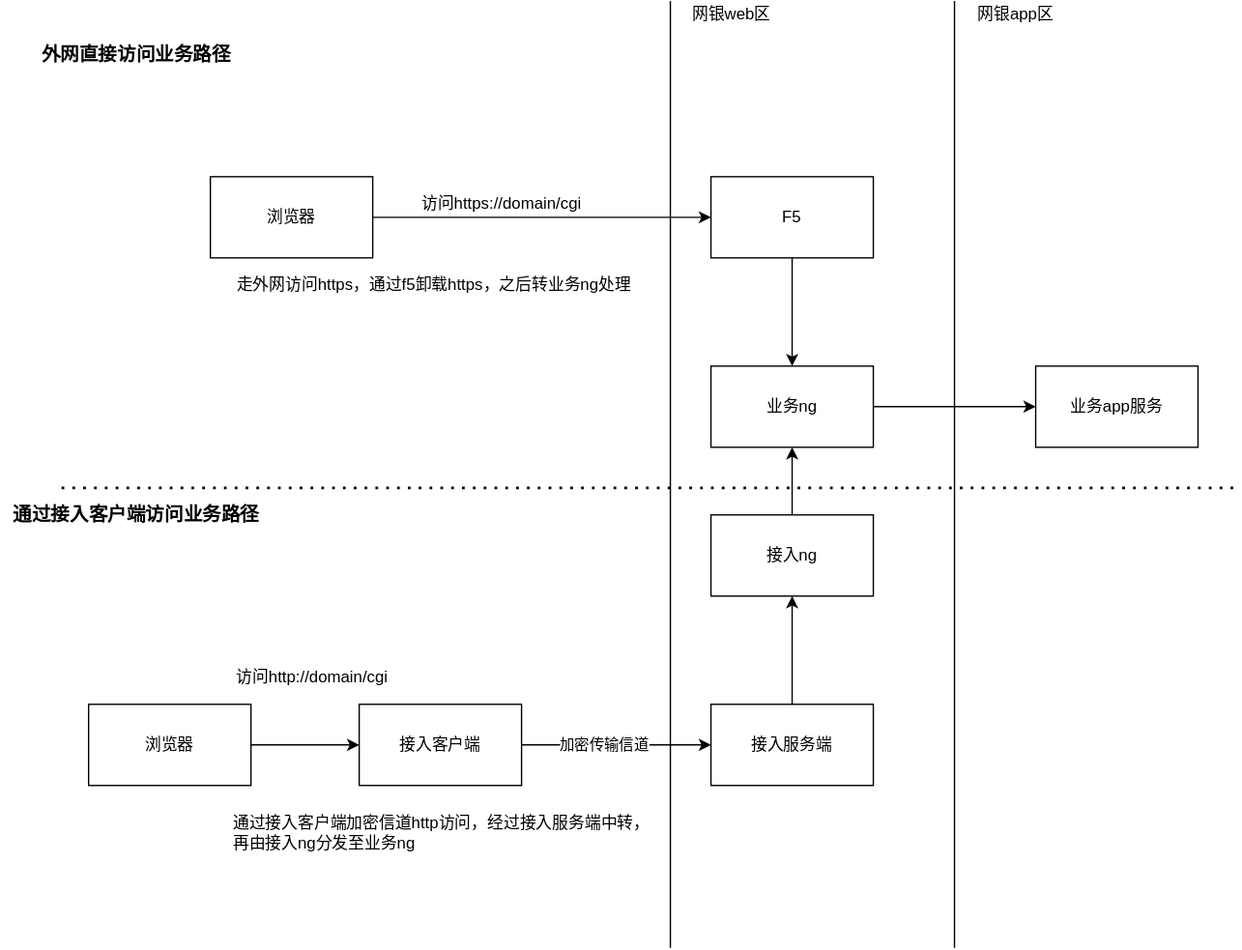
Earlier version of the draw.io export tc_业务直接域名访问路径.svg (c17abab/diag_pics). Source tidied: cells renumbered, new cells last; positions are measured from the earlier drawing's top-left corner, leaving out a move shared by most shapes.
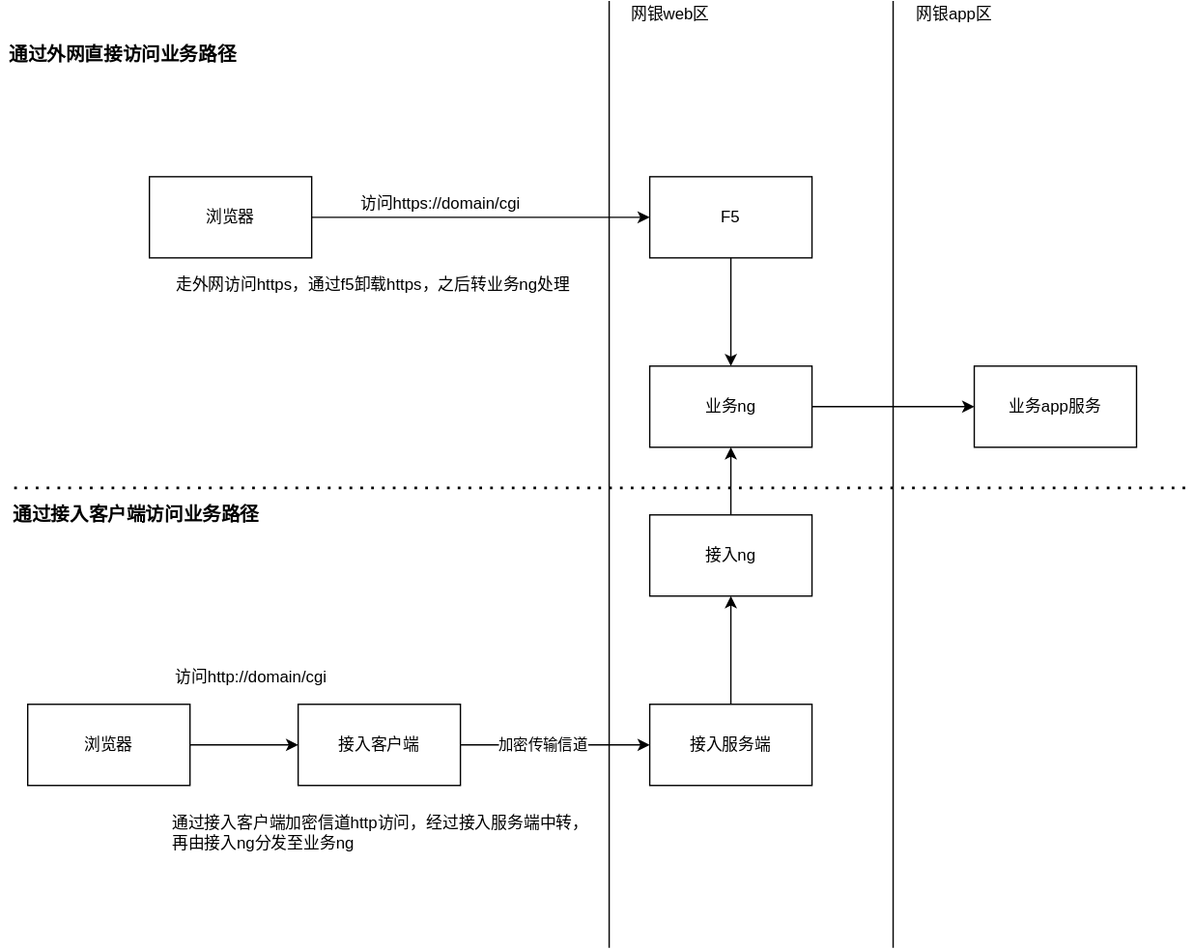
Above is the later version.

Commit message:
更新tc_业务直接域名访问路径.svg

Diff of the diagram source:
```diff
@@ -82,15 +82,15 @@
     </mxCell>
     <mxCell id="26" style="endArrow=none;dashed=1;html=1;dashPattern=1 3;strokeWidth=2;" parent="1" edge="1">
       <mxGeometry relative="1" as="geometry">
-        <mxPoint x="45" y="360" as="sourcePoint" />
-        <mxPoint x="915" y="360" as="targetPoint" />
+        <mxPoint x="55" y="360" as="sourcePoint" />
+        <mxPoint x="925" y="360" as="targetPoint" />
       </mxGeometry>
     </mxCell>
-    <mxCell id="27" value="外网直接访问业务路径" style="text;html=1;align=center;verticalAlign=middle;fillColor=none;strokeColor=none;rounded=0;fontStyle=1;fontSize=14;" parent="1" vertex="1">
-      <mxGeometry x="20" y="30" width="160" height="20" as="geometry" />
+    <mxCell id="27" value="通过外网直接访问业务路径" style="text;html=1;align=center;verticalAlign=middle;fillColor=none;strokeColor=none;rounded=0;fontStyle=1;fontSize=14;" parent="1" vertex="1">
+      <mxGeometry x="45" y="30" width="180" height="20" as="geometry" />
     </mxCell>
     <mxCell id="28" value="通过接入客户端访问业务路径" style="text;html=1;align=center;verticalAlign=middle;fillColor=none;strokeColor=none;rounded=0;fontStyle=1;fontSize=14;" parent="1" vertex="1">
-      <mxGeometry y="370" width="200" height="20" as="geometry" />
+      <mxGeometry x="45" y="370" width="200" height="20" as="geometry" />
     </mxCell>
   </root>
 </mxGraphModel>
```
